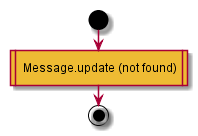
Above: test2/diagrams/PersonalMessage.POST.update.png in MaxXx1313/testwiki (PlantUML), before the change. The source it was exported from:
```plantuml
@startuml
start
#eebb33: Message.update (not found)|
end
@enduml
```
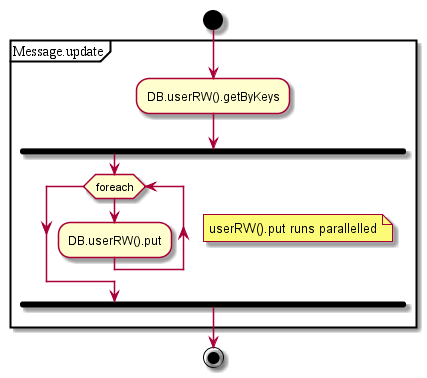
The same file after the commit.

What changed in the source:
```diff
@@ -1,5 +1,13 @@
 @startuml
 start
-#eebb33: Message.update (not found)|
+partition Message.update {
+:DB.userRW().getByKeys;
+fork
+while (foreach)
+note right: userRW().put runs parallelled
+:DB.userRW().put;
+endwhile;
+endfork;
+}
 end
 @enduml
```
